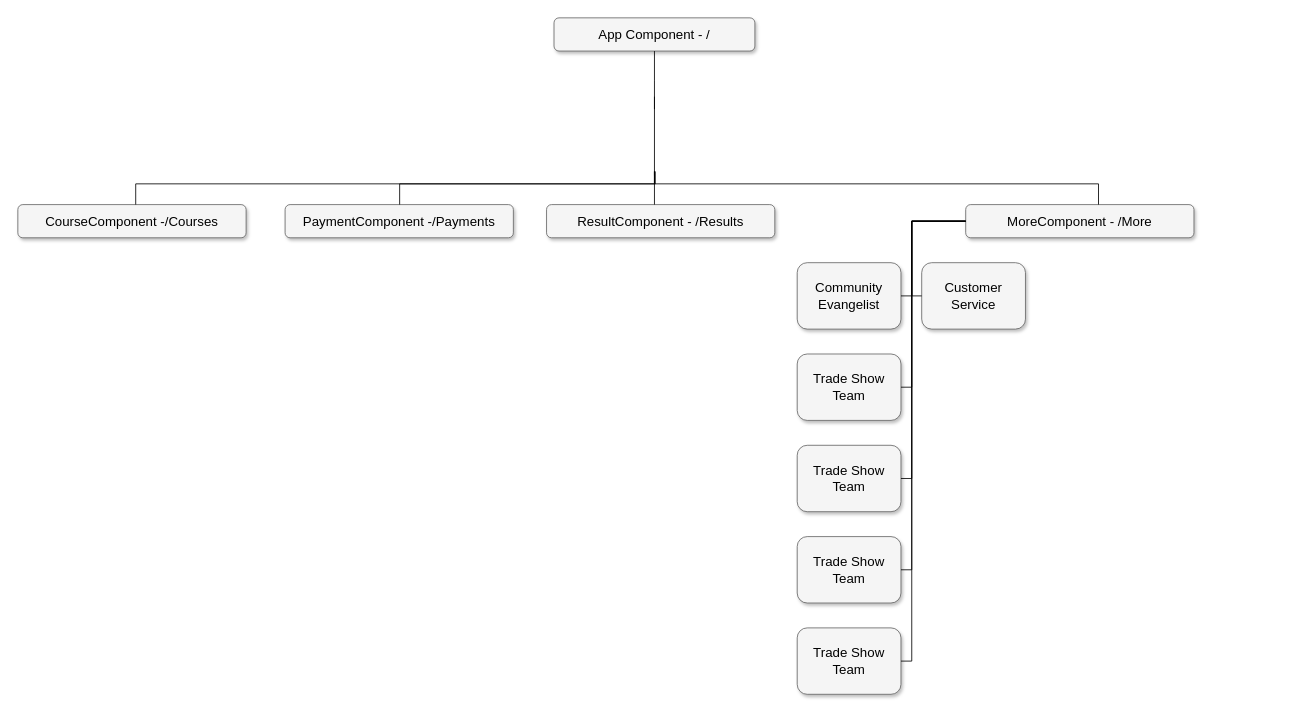
The draw.io diagram content/Untitled Diagram.drawio in MadeByIbukunoluwa/temp-repo, before the edit. Source tidied: cells renumbered, new cells numbered last; positions are measured from the earlier drawing's top-left corner, leaving out a move shared by most shapes. Both pictures are drawn from the tidied source at 83%, with x=0, y=0 at pixel (17, 17).
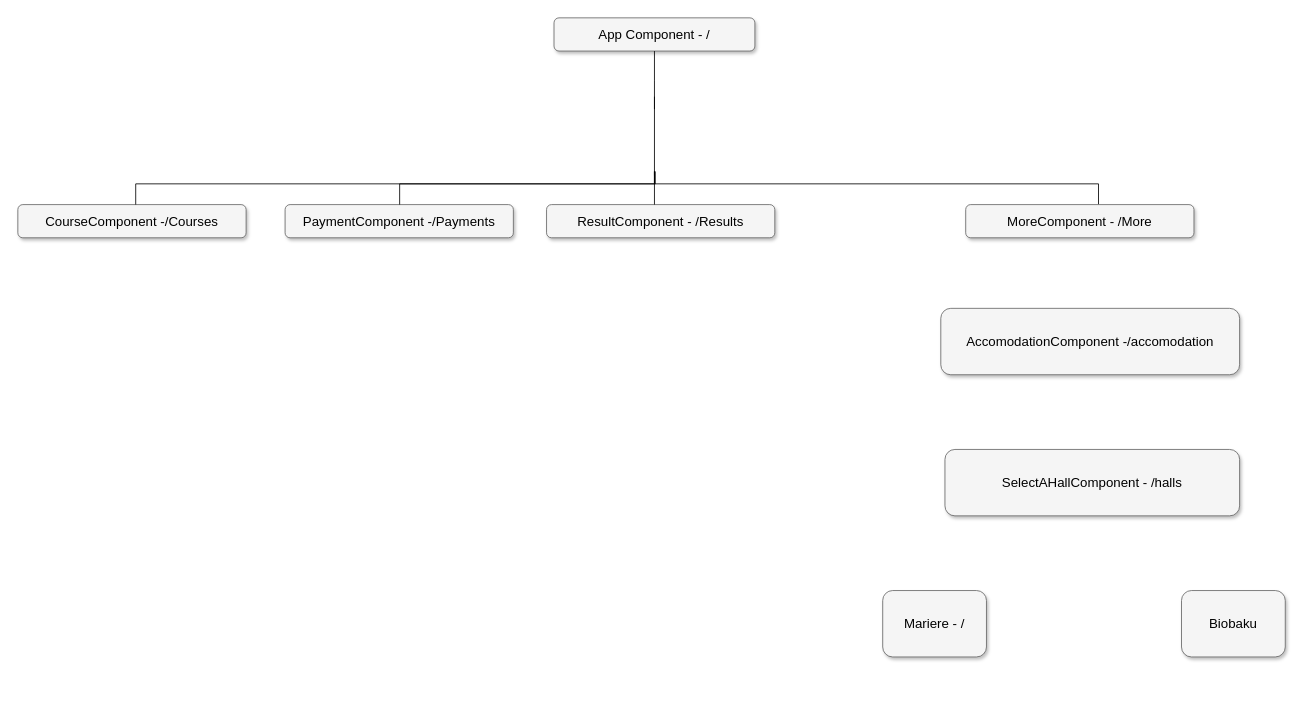
The same page after the edit.

Diff of the diagram source:
```diff
@@
-    <mxCell id="5" value="MoreComponent - /More" style="whiteSpace=wrap;html=1;rounded=1;shadow=1;strokeWidth=1;fontSize=16;align=center;fillColor=#f5f5f5;strokeColor=#666666;points=[[0,0,0,0,0],[0,0.25,0,0,0],[0,0.5,0,0,0],[0,0.75,0,0,0],[0,1,0,0,0],[0.25,0,0,0,0],[0.25,1,0,0,0],[0.5,0,0,0,0],[0.5,1,0,0,0],[0.75,0,0,0,0],[0.75,1,0,0,0],[1,0,0,0,0],[1,0.25,0,0,0],[1,0.5,0,0,0],[1,0.75,0,0,0],[1,1,0,0,0]];" parent="1" vertex="1">
-      <mxGeometry x="1142" y="225" width="275" height="40" as="geometry" />
-    </mxCell>
-    <mxCell id="6" value="Community Evangelist" style="whiteSpace=wrap;html=1;rounded=1;shadow=1;strokeWidth=1;fontSize=16;align=center;fillColor=#f5f5f5;strokeColor=#666666;" parent="1" vertex="1">
-      <mxGeometry x="939" y="295" width="125" height="80" as="geometry" />
-    </mxCell>
-    <mxCell id="7" value="Customer Service" style="whiteSpace=wrap;html=1;rounded=1;shadow=1;strokeWidth=1;fontSize=16;align=center;fillColor=#f5f5f5;strokeColor=#666666;" parent="1" vertex="1">
-      <mxGeometry x="1089" y="295" width="125" height="80" as="geometry" />
+    <mxCell id="7" value="SelectAHallComponent - /halls" style="whiteSpace=wrap;html=1;rounded=1;shadow=1;strokeWidth=1;fontSize=16;align=center;fillColor=#f5f5f5;strokeColor=#666666;" parent="1" vertex="1">
+      <mxGeometry x="1117" y="520" width="355" height="80" as="geometry" />
     </mxCell>
-    <mxCell id="8" value="Trade Show Team" style="whiteSpace=wrap;html=1;rounded=1;shadow=1;strokeWidth=1;fontSize=16;align=center;fillColor=#f5f5f5;strokeColor=#666666;" parent="1" vertex="1">
-      <mxGeometry x="939" y="405" width="125" height="80" as="geometry" />
-    </mxCell>
-    <mxCell id="9" value="&lt;span&gt;Trade Show Team&lt;/span&gt;" style="whiteSpace=wrap;html=1;rounded=1;shadow=1;strokeWidth=1;fontSize=16;align=center;fillColor=#f5f5f5;strokeColor=#666666;" parent="1" vertex="1">
-      <mxGeometry x="939" y="515" width="125" height="80" as="geometry" />
+    <mxCell id="9" value="Biobaku" style="whiteSpace=wrap;html=1;rounded=1;shadow=1;strokeWidth=1;fontSize=16;align=center;fillColor=#f5f5f5;strokeColor=#666666;" parent="1" vertex="1">
+      <mxGeometry x="1402" y="690" width="125" height="80" as="geometry" />
     </mxCell>
-    <mxCell id="10" value="&lt;span&gt;Trade Show Team&lt;/span&gt;" style="whiteSpace=wrap;html=1;rounded=1;shadow=1;strokeWidth=1;fontSize=16;align=center;fillColor=#f5f5f5;strokeColor=#666666;" parent="1" vertex="1">
-      <mxGeometry x="939" y="625" width="125" height="80" as="geometry" />
-    </mxCell>
@@
-    <mxCell id="12" value="&lt;span&gt;Trade Show Team&lt;/span&gt;" style="whiteSpace=wrap;html=1;rounded=1;shadow=1;strokeWidth=1;fontSize=16;align=center;fillColor=#f5f5f5;strokeColor=#666666;" parent="1" vertex="1">
-      <mxGeometry x="939" y="735" width="125" height="80" as="geometry" />
+    <mxCell id="12" value="AccomodationComponent -/accomodation" style="whiteSpace=wrap;html=1;rounded=1;shadow=1;strokeWidth=1;fontSize=16;align=center;fillColor=#f5f5f5;strokeColor=#666666;" parent="1" vertex="1">
+      <mxGeometry x="1112" y="350" width="360" height="80" as="geometry" />
     </mxCell>
@@
-    <mxCell id="19" style="edgeStyle=orthogonalEdgeStyle;html=1;startSize=6;endFill=0;endSize=6;strokeWidth=1;fontSize=16;rounded=0;endArrow=none;entryX=1;entryY=0.5;" parent="1" edge="1" source="5" target="6">
-      <mxGeometry relative="1" as="geometry">
-        <Array as="points">
-          <mxPoint x="1077" y="335" />
-        </Array>
-      </mxGeometry>
-    </mxCell>
-    <mxCell id="20" style="edgeStyle=orthogonalEdgeStyle;html=1;startSize=6;endFill=0;endSize=6;strokeWidth=1;fontSize=16;rounded=0;endArrow=none;entryX=0;entryY=0.5;" parent="1" edge="1" source="5" target="7">
-      <mxGeometry relative="1" as="geometry">
-        <Array as="points">
-          <mxPoint x="1077" y="335" />
-        </Array>
-      </mxGeometry>
-    </mxCell>
-    <mxCell id="21" style="edgeStyle=orthogonalEdgeStyle;html=1;startSize=6;endFill=0;endSize=6;strokeWidth=1;fontSize=16;rounded=0;endArrow=none;entryX=1;entryY=0.5;" parent="1" edge="1" source="5" target="8">
-      <mxGeometry relative="1" as="geometry">
-        <Array as="points">
-          <mxPoint x="1077" y="445" />
-        </Array>
-      </mxGeometry>
-    </mxCell>
-    <mxCell id="22" style="edgeStyle=orthogonalEdgeStyle;html=1;startSize=6;endFill=0;endSize=6;strokeWidth=1;fontSize=16;rounded=0;endArrow=none;entryX=1;entryY=0.5;" parent="1" edge="1" source="5" target="9">
-      <mxGeometry relative="1" as="geometry">
-        <Array as="points">
-          <mxPoint x="1077" y="555" />
-        </Array>
-      </mxGeometry>
-    </mxCell>
-    <mxCell id="23" style="edgeStyle=orthogonalEdgeStyle;html=1;startSize=6;endFill=0;endSize=6;strokeWidth=1;fontSize=16;rounded=0;endArrow=none;entryX=1;entryY=0.5;" parent="1" edge="1" source="5" target="10">
-      <mxGeometry relative="1" as="geometry">
-        <Array as="points">
-          <mxPoint x="1077" y="665" />
-        </Array>
-      </mxGeometry>
-    </mxCell>
-    <mxCell id="24" style="edgeStyle=orthogonalEdgeStyle;html=1;startSize=6;endFill=0;endSize=6;strokeWidth=1;fontSize=16;rounded=0;endArrow=none;entryX=1;entryY=0.5;" parent="1" edge="1" source="5" target="12">
-      <mxGeometry relative="1" as="geometry">
-        <Array as="points">
-          <mxPoint x="1077" y="245" />
-          <mxPoint x="1077" y="775" />
-        </Array>
-      </mxGeometry>
-    </mxCell>
+    <mxCell id="5" value="MoreComponent - /More" style="whiteSpace=wrap;html=1;rounded=1;shadow=1;strokeWidth=1;fontSize=16;align=center;fillColor=#f5f5f5;strokeColor=#666666;points=[[0,0,0,0,0],[0,0.25,0,0,0],[0,0.5,0,0,0],[0,0.75,0,0,0],[0,1,0,0,0],[0.25,0,0,0,0],[0.25,1,0,0,0],[0.5,0,0,0,0],[0.5,1,0,0,0],[0.75,0,0,0,0],[0.75,1,0,0,0],[1,0,0,0,0],[1,0.25,0,0,0],[1,0.5,0,0,0],[1,0.75,0,0,0],[1,1,0,0,0]];" parent="1" vertex="1">
+      <mxGeometry x="1142" y="225" width="275" height="40" as="geometry" />
+    </mxCell>
+    <mxCell id="10" value="Mariere - /" style="whiteSpace=wrap;html=1;rounded=1;shadow=1;strokeWidth=1;fontSize=16;align=center;fillColor=#f5f5f5;strokeColor=#666666;" parent="1" vertex="1">
+      <mxGeometry x="1042" y="690" width="125" height="80" as="geometry" />
+    </mxCell>
```
